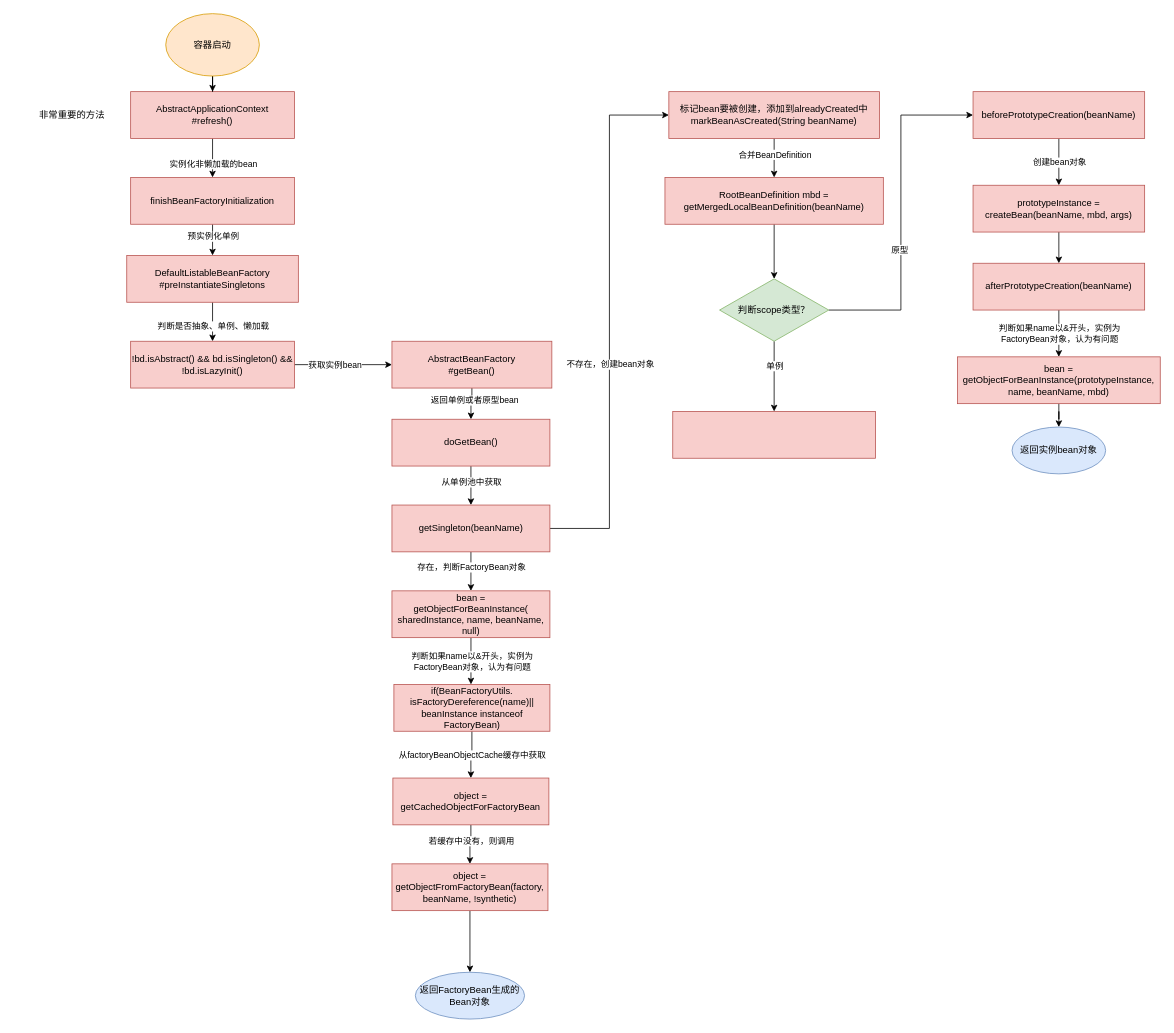
linbingxing/mind keeps this draw.io diagram as SpringBean生命周期.drawio. Above is the earlier version. Source tidied: cells renumbered, new cells numbered last; positions are measured from the earlier drawing's top-left corner, leaving out a move shared by most shapes. Both pictures are drawn from the tidied source at 78%, with x=0, y=0 at pixel (13, 13).
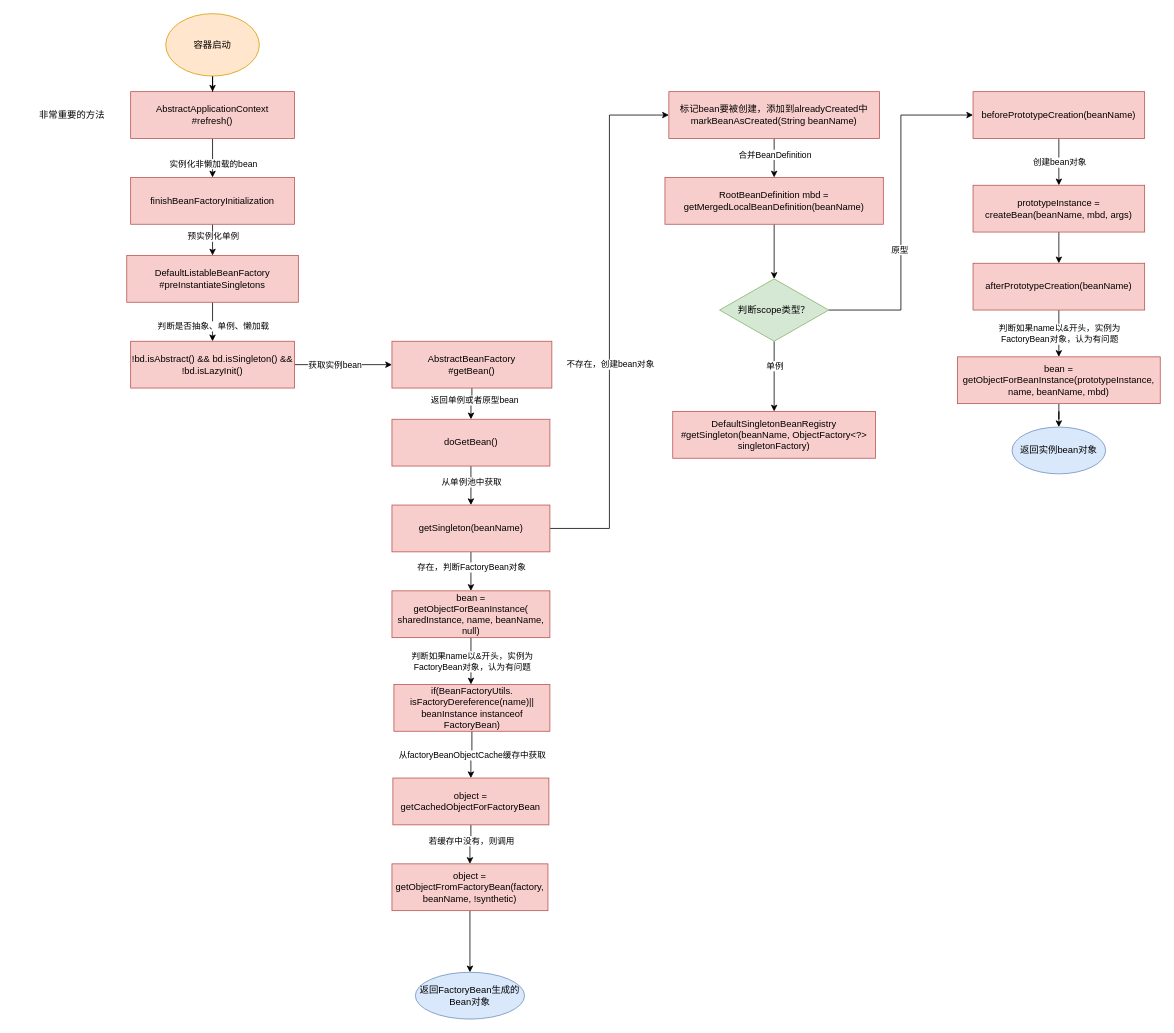
After the change.

Commit message (it also covers changes not shown here):
更新SpringBean生命周期.drawio

Diff of the diagram source:
```diff
@@
-    <mxCell id="50" style="whiteSpace=wrap;html=1;fillColor=#f8cecc;strokeColor=#b85450;rounded=0;" parent="1" vertex="1">
+    <mxCell id="50" value="DefaultSingletonBeanRegistry&lt;br&gt;#getSingleton(beanName, ObjectFactory&amp;lt;?&amp;gt; singletonFactory)" style="whiteSpace=wrap;html=1;fillColor=#f8cecc;strokeColor=#b85450;rounded=0;" parent="1" vertex="1">
       <mxGeometry x="845" y="510" width="260" height="60" as="geometry" />
     </mxCell>
```
